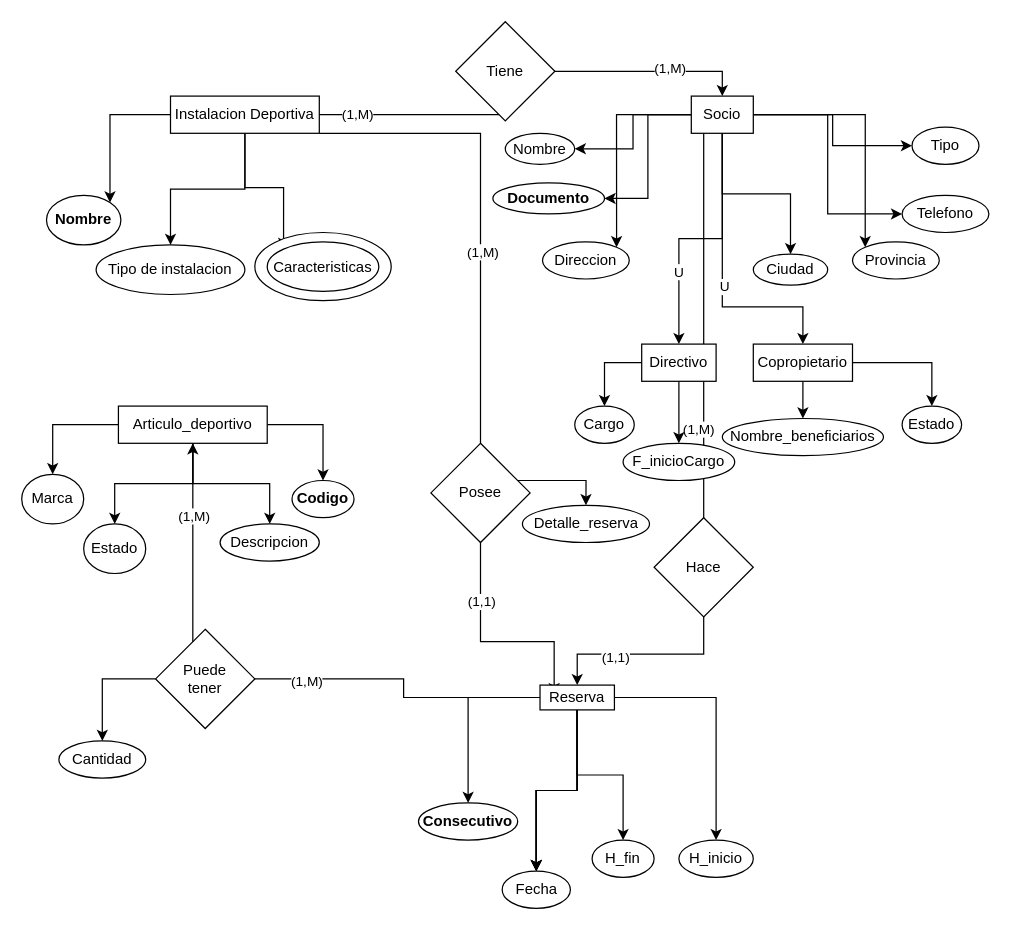
This is reservaInstalacionesDeportivas.drawio from jhosebro/Bases-de-datos, a draw.io file, before an edit. Source tidied: cells renumbered, new cells numbered last; positions are measured from the earlier drawing's top-left corner, leaving out a move shared by most shapes. Both pictures are drawn from the tidied source at 124%, with x=0, y=0 at pixel (21, 21).
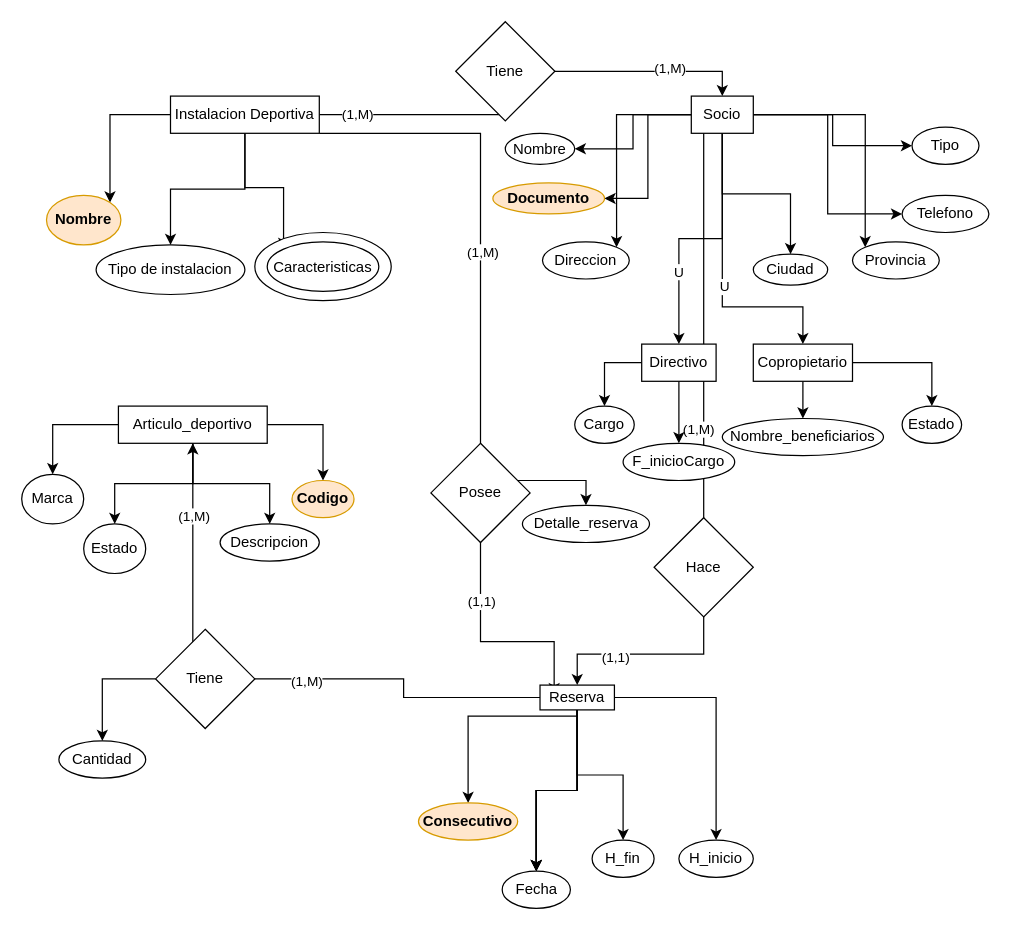
The same diagram, later.

Unchanged cells that the change refers to:
```xml
<mxCell id="69" value="Reserva" style="rounded=0;whiteSpace=wrap;html=1;" parent="1" vertex="1">
  <mxGeometry x="418" y="535" width="60" height="20" as="geometry" />
</mxCell>
```

What changed in the source:
```diff
@@
-    <mxCell id="12" value="&lt;b&gt;Nombre&lt;/b&gt;" style="ellipse;whiteSpace=wrap;html=1;" parent="1" vertex="1">
+    <mxCell id="12" value="&lt;b&gt;Nombre&lt;/b&gt;" style="ellipse;whiteSpace=wrap;html=1;fillColor=#ffe6cc;strokeColor=#d79b00;" parent="1" vertex="1">
       <mxGeometry x="20" y="140" width="60" height="40" as="geometry" />
     </mxCell>
@@
-    <mxCell id="31" value="&lt;b&gt;Documento&lt;/b&gt;" style="ellipse;whiteSpace=wrap;html=1;" parent="1" vertex="1">
+    <mxCell id="31" value="&lt;span&gt;Documento&lt;/span&gt;" style="ellipse;whiteSpace=wrap;html=1;fillColor=#ffe6cc;strokeColor=#d79b00;fontStyle=1;" parent="1" vertex="1">
       <mxGeometry x="380" y="130" width="90" height="25" as="geometry" />
     </mxCell>
@@
-    <mxCell id="57" value="&lt;b&gt;Codigo&lt;/b&gt;" style="ellipse;whiteSpace=wrap;html=1;" parent="1" vertex="1">
+    <mxCell id="57" value="&lt;span&gt;Codigo&lt;/span&gt;" style="ellipse;whiteSpace=wrap;html=1;fillColor=#ffe6cc;strokeColor=#d79b00;fontStyle=1;" parent="1" vertex="1">
       <mxGeometry x="218" y="370" width="50" height="30" as="geometry" />
     </mxCell>
@@
     <mxCell id="59" style="edgeStyle=orthogonalEdgeStyle;rounded=0;jettySize=auto;html=1;" parent="1" edge="1" source="69" target="70">
-      <mxGeometry relative="1" as="geometry" />
+      <mxGeometry relative="1" as="geometry">
+        <Array as="points">
+          <mxPoint x="448" y="560" />
+          <mxPoint x="360" y="560" />
+        </Array>
+      </mxGeometry>
     </mxCell>
@@
-    <mxCell id="70" value="&lt;b&gt;Consecutivo&lt;/b&gt;" style="ellipse;whiteSpace=wrap;html=1;" parent="1" vertex="1">
+    <mxCell id="70" value="&lt;span&gt;Consecutivo&lt;/span&gt;" style="ellipse;whiteSpace=wrap;html=1;fontStyle=1;fillColor=#ffe6cc;strokeColor=#d79b00;" parent="1" vertex="1">
       <mxGeometry x="320" y="630" width="80" height="30" as="geometry" />
     </mxCell>
@@
-    <mxCell id="75" value="Puede&lt;br&gt;tener" style="rhombus;whiteSpace=wrap;html=1;" parent="1" vertex="1">
+    <mxCell id="75" value="Tiene" style="rhombus;whiteSpace=wrap;html=1;" parent="1" vertex="1">
       <mxGeometry x="108" y="490" width="80" height="80" as="geometry" />
     </mxCell>
```
